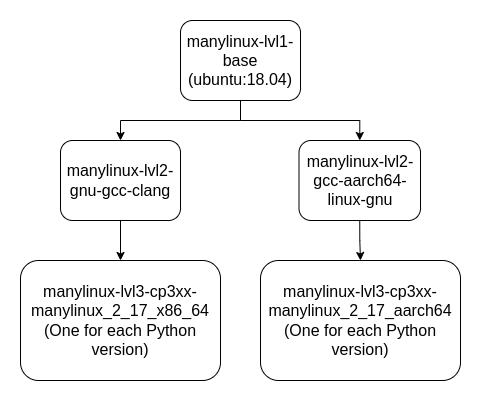
This is images/manylinux/Docker_layer_graph_manylinux.png from andreslilloortiz/pookie, a draw.io export, as it was before one commit. Source tidied: cells renumbered, new cells last; positions are measured from the earlier drawing's top-left corner, leaving out a move shared by most shapes. Source of this version:
```xml
<mxGraphModel>
  <root>
    <mxCell id="0" />
    <mxCell id="1" parent="0" />
    <mxCell id="2" style="edgeStyle=orthogonalEdgeStyle;rounded=0;jettySize=auto;html=1;exitX=0.5;exitY=1;exitDx=0;exitDy=0;entryX=0.5;entryY=0;entryDx=0;entryDy=0;fontSize=16;fontColor=default;" parent="1" edge="1" source="3" target="5">
      <mxGeometry relative="1" as="geometry" />
    </mxCell>
    <mxCell id="3" value="&lt;font&gt;manylinux-lvl1-base&lt;/font&gt;&lt;div&gt;&lt;font&gt;(ubuntu:18.04)&lt;/font&gt;&lt;/div&gt;" style="rounded=1;whiteSpace=wrap;html=1;strokeColor=default;fontSize=16;fontColor=default;" parent="1" vertex="1">
      <mxGeometry x="160" width="120" height="80" as="geometry" />
    </mxCell>
    <mxCell id="4" style="edgeStyle=orthogonalEdgeStyle;rounded=0;jettySize=auto;html=1;exitX=0.5;exitY=1;exitDx=0;exitDy=0;entryX=0.5;entryY=0;entryDx=0;entryDy=0;fontSize=16;fontColor=default;" parent="1" edge="1" source="5" target="6">
      <mxGeometry relative="1" as="geometry" />
    </mxCell>
    <mxCell id="5" value="&lt;font&gt;manylinux-lvl2-gnu-gcc-clang&lt;/font&gt;" style="rounded=1;whiteSpace=wrap;html=1;strokeColor=default;fontSize=16;fontColor=default;" parent="1" vertex="1">
      <mxGeometry x="40" y="120" width="120" height="80" as="geometry" />
    </mxCell>
    <mxCell id="6" value="&lt;font&gt;manylinux-&lt;span style=&quot;&quot;&gt;lvl3&lt;/span&gt;-&lt;span style=&quot;&quot;&gt;cp3xx-manylinux_2_17_x86_64&lt;/span&gt;&lt;br&gt;(One for each Python version)&lt;/font&gt;" style="rounded=1;whiteSpace=wrap;html=1;strokeColor=default;fontSize=16;fontColor=default;" parent="1" vertex="1">
      <mxGeometry y="240" width="200" height="120" as="geometry" />
    </mxCell>
    <mxCell id="7" value="&lt;font&gt;manylinux-lvl2-gcc-aarch64-linux-gnu&lt;/font&gt;" style="rounded=1;whiteSpace=wrap;html=1;strokeColor=default;fontSize=16;fontColor=default;" parent="1" vertex="1">
      <mxGeometry x="278.5" y="120" width="121.5" height="80" as="geometry" />
    </mxCell>
    <mxCell id="8" style="edgeStyle=orthogonalEdgeStyle;rounded=0;jettySize=auto;html=1;exitX=0.5;exitY=1;exitDx=0;exitDy=0;entryX=0.5;entryY=0;entryDx=0;entryDy=0;fontSize=16;fontColor=default;" parent="1" edge="1" source="3" target="7">
      <mxGeometry relative="1" as="geometry" />
    </mxCell>
    <mxCell id="9" value="&lt;font&gt;manylinux-&lt;span style=&quot;&quot;&gt;lvl3&lt;/span&gt;-&lt;span style=&quot;&quot;&gt;cp3xx-manylinux_2_17_aarch64&lt;/span&gt;&lt;/font&gt;&lt;div&gt;&lt;font&gt;(One for each Python version)&lt;/font&gt;&lt;/div&gt;" style="rounded=1;whiteSpace=wrap;html=1;strokeColor=default;fontSize=16;fontColor=default;" parent="1" vertex="1">
      <mxGeometry x="240" y="240" width="200" height="120" as="geometry" />
    </mxCell>
    <mxCell id="10" style="edgeStyle=orthogonalEdgeStyle;rounded=0;jettySize=auto;html=1;exitX=0.5;exitY=1;exitDx=0;exitDy=0;entryX=0.5;entryY=0;entryDx=0;entryDy=0;fontSize=16;fontColor=default;" parent="1" edge="1" source="7" target="9">
      <mxGeometry relative="1" as="geometry" />
    </mxCell>
  </root>
</mxGraphModel>
```
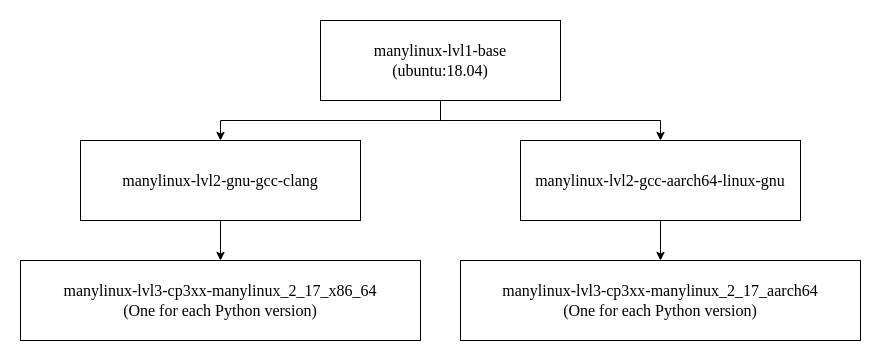
The same diagram one commit later.

Commit message:
New docker layer graph style

The edit, as a diff of the source:
```diff
@@ -2,31 +2,31 @@
   <root>
     <mxCell id="0" />
     <mxCell id="1" parent="0" />
-    <mxCell id="2" style="edgeStyle=orthogonalEdgeStyle;rounded=0;jettySize=auto;html=1;exitX=0.5;exitY=1;exitDx=0;exitDy=0;entryX=0.5;entryY=0;entryDx=0;entryDy=0;fontSize=16;fontColor=default;" parent="1" edge="1" source="3" target="5">
+    <mxCell id="2" style="edgeStyle=orthogonalEdgeStyle;rounded=0;jettySize=auto;html=1;exitX=0.5;exitY=1;exitDx=0;exitDy=0;entryX=0.5;entryY=0;entryDx=0;entryDy=0;fontSize=16;fontColor=default;fontFamily=Times New Roman;" parent="1" edge="1" source="3" target="5">
       <mxGeometry relative="1" as="geometry" />
     </mxCell>
-    <mxCell id="3" value="&lt;font&gt;manylinux-lvl1-base&lt;/font&gt;&lt;div&gt;&lt;font&gt;(ubuntu:18.04)&lt;/font&gt;&lt;/div&gt;" style="rounded=1;whiteSpace=wrap;html=1;strokeColor=default;fontSize=16;fontColor=default;" parent="1" vertex="1">
-      <mxGeometry x="160" width="120" height="80" as="geometry" />
+    <mxCell id="3" value="&lt;font&gt;manylinux-lvl1-base&lt;/font&gt;&lt;div&gt;&lt;font&gt;(ubuntu:18.04)&lt;/font&gt;&lt;/div&gt;" style="rounded=0;whiteSpace=wrap;html=1;fontSize=16;gradientColor=none;fillColor=default;strokeColor=default;fontFamily=Times New Roman;" parent="1" vertex="1">
+      <mxGeometry x="300" width="240" height="80" as="geometry" />
     </mxCell>
-    <mxCell id="4" style="edgeStyle=orthogonalEdgeStyle;rounded=0;jettySize=auto;html=1;exitX=0.5;exitY=1;exitDx=0;exitDy=0;entryX=0.5;entryY=0;entryDx=0;entryDy=0;fontSize=16;fontColor=default;" parent="1" edge="1" source="5" target="6">
+    <mxCell id="4" style="edgeStyle=orthogonalEdgeStyle;rounded=0;jettySize=auto;html=1;exitX=0.5;exitY=1;exitDx=0;exitDy=0;entryX=0.5;entryY=0;entryDx=0;entryDy=0;fontSize=16;fontColor=default;fontFamily=Times New Roman;" parent="1" edge="1" source="5" target="6">
       <mxGeometry relative="1" as="geometry" />
     </mxCell>
-    <mxCell id="5" value="&lt;font&gt;manylinux-lvl2-gnu-gcc-clang&lt;/font&gt;" style="rounded=1;whiteSpace=wrap;html=1;strokeColor=default;fontSize=16;fontColor=default;" parent="1" vertex="1">
-      <mxGeometry x="40" y="120" width="120" height="80" as="geometry" />
+    <mxCell id="5" value="&lt;font&gt;manylinux-lvl2-gnu-gcc-clang&lt;/font&gt;" style="rounded=0;whiteSpace=wrap;html=1;strokeColor=default;fontSize=16;fontColor=default;fontFamily=Times New Roman;" parent="1" vertex="1">
+      <mxGeometry x="60" y="120" width="280" height="80" as="geometry" />
     </mxCell>
-    <mxCell id="6" value="&lt;font&gt;manylinux-&lt;span style=&quot;&quot;&gt;lvl3&lt;/span&gt;-&lt;span style=&quot;&quot;&gt;cp3xx-manylinux_2_17_x86_64&lt;/span&gt;&lt;br&gt;(One for each Python version)&lt;/font&gt;" style="rounded=1;whiteSpace=wrap;html=1;strokeColor=default;fontSize=16;fontColor=default;" parent="1" vertex="1">
-      <mxGeometry y="240" width="200" height="120" as="geometry" />
+    <mxCell id="6" value="&lt;font&gt;manylinux-&lt;span style=&quot;&quot;&gt;lvl3&lt;/span&gt;-&lt;span style=&quot;&quot;&gt;cp3xx-manylinux_2_17_x86_64&lt;/span&gt;&lt;br&gt;(One for each Python version)&lt;/font&gt;" style="rounded=0;whiteSpace=wrap;html=1;strokeColor=default;fontSize=16;fontColor=default;fontFamily=Times New Roman;" parent="1" vertex="1">
+      <mxGeometry y="240" width="400" height="80" as="geometry" />
     </mxCell>
-    <mxCell id="7" value="&lt;font&gt;manylinux-lvl2-gcc-aarch64-linux-gnu&lt;/font&gt;" style="rounded=1;whiteSpace=wrap;html=1;strokeColor=default;fontSize=16;fontColor=default;" parent="1" vertex="1">
-      <mxGeometry x="278.5" y="120" width="121.5" height="80" as="geometry" />
+    <mxCell id="7" value="&lt;font&gt;manylinux-lvl2-gcc-aarch64-linux-gnu&lt;/font&gt;" style="rounded=0;whiteSpace=wrap;html=1;strokeColor=default;fontSize=16;fontColor=default;fontFamily=Times New Roman;" parent="1" vertex="1">
+      <mxGeometry x="500" y="120" width="280" height="80" as="geometry" />
     </mxCell>
-    <mxCell id="8" style="edgeStyle=orthogonalEdgeStyle;rounded=0;jettySize=auto;html=1;exitX=0.5;exitY=1;exitDx=0;exitDy=0;entryX=0.5;entryY=0;entryDx=0;entryDy=0;fontSize=16;fontColor=default;" parent="1" edge="1" source="3" target="7">
+    <mxCell id="8" style="edgeStyle=orthogonalEdgeStyle;rounded=0;jettySize=auto;html=1;exitX=0.5;exitY=1;exitDx=0;exitDy=0;entryX=0.5;entryY=0;entryDx=0;entryDy=0;fontSize=16;fontColor=default;fontFamily=Times New Roman;" parent="1" edge="1" source="3" target="7">
       <mxGeometry relative="1" as="geometry" />
     </mxCell>
-    <mxCell id="9" value="&lt;font&gt;manylinux-&lt;span style=&quot;&quot;&gt;lvl3&lt;/span&gt;-&lt;span style=&quot;&quot;&gt;cp3xx-manylinux_2_17_aarch64&lt;/span&gt;&lt;/font&gt;&lt;div&gt;&lt;font&gt;(One for each Python version)&lt;/font&gt;&lt;/div&gt;" style="rounded=1;whiteSpace=wrap;html=1;strokeColor=default;fontSize=16;fontColor=default;" parent="1" vertex="1">
-      <mxGeometry x="240" y="240" width="200" height="120" as="geometry" />
+    <mxCell id="9" value="&lt;font&gt;manylinux-&lt;span style=&quot;&quot;&gt;lvl3&lt;/span&gt;-&lt;span style=&quot;&quot;&gt;cp3xx-manylinux_2_17_aarch64&lt;/span&gt;&lt;/font&gt;&lt;div&gt;&lt;font&gt;(One for each Python version)&lt;/font&gt;&lt;/div&gt;" style="rounded=0;whiteSpace=wrap;html=1;strokeColor=default;fontSize=16;fontColor=default;fontFamily=Times New Roman;" parent="1" vertex="1">
+      <mxGeometry x="440" y="240" width="400" height="80" as="geometry" />
     </mxCell>
-    <mxCell id="10" style="edgeStyle=orthogonalEdgeStyle;rounded=0;jettySize=auto;html=1;exitX=0.5;exitY=1;exitDx=0;exitDy=0;entryX=0.5;entryY=0;entryDx=0;entryDy=0;fontSize=16;fontColor=default;" parent="1" edge="1" source="7" target="9">
+    <mxCell id="10" style="edgeStyle=orthogonalEdgeStyle;rounded=0;jettySize=auto;html=1;exitX=0.5;exitY=1;exitDx=0;exitDy=0;entryX=0.5;entryY=0;entryDx=0;entryDy=0;fontSize=16;fontColor=default;fontFamily=Times New Roman;" parent="1" edge="1" source="7" target="9">
       <mxGeometry relative="1" as="geometry" />
     </mxCell>
   </root>
```
